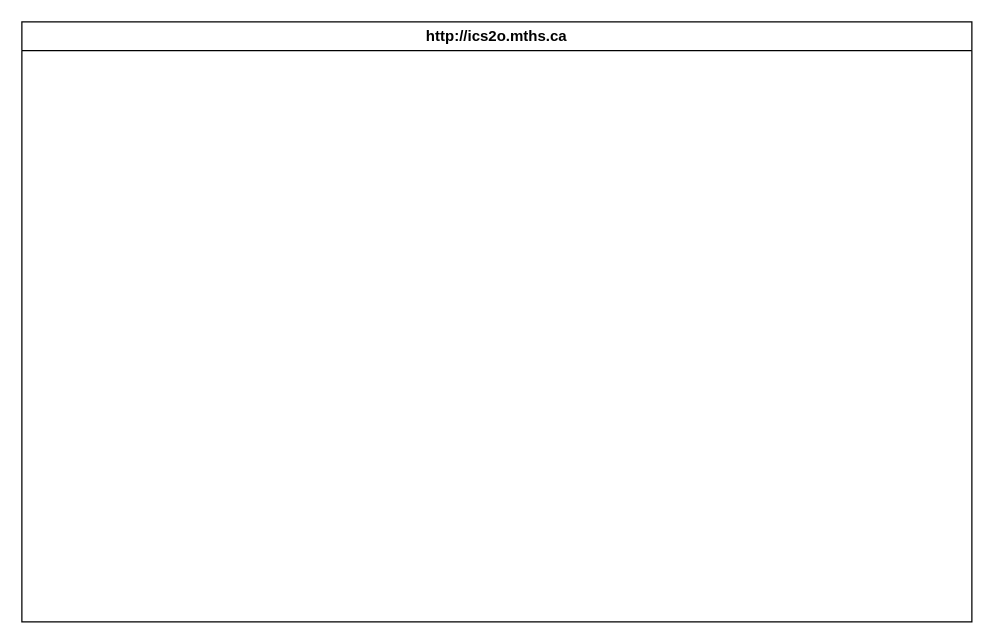
The draw.io diagram design/storyboard.drawio in MTHS-ICD2O-1-2023/ICD2O-Unit-3-04-Adam-Batiuk, before the edit. Source tidied: cells renumbered, new cells numbered last; positions are measured from the earlier drawing's top-left corner, leaving out a move shared by most shapes. Both pictures are drawn from the tidied source at 125%, with x=0, y=0 at pixel (21, 21).
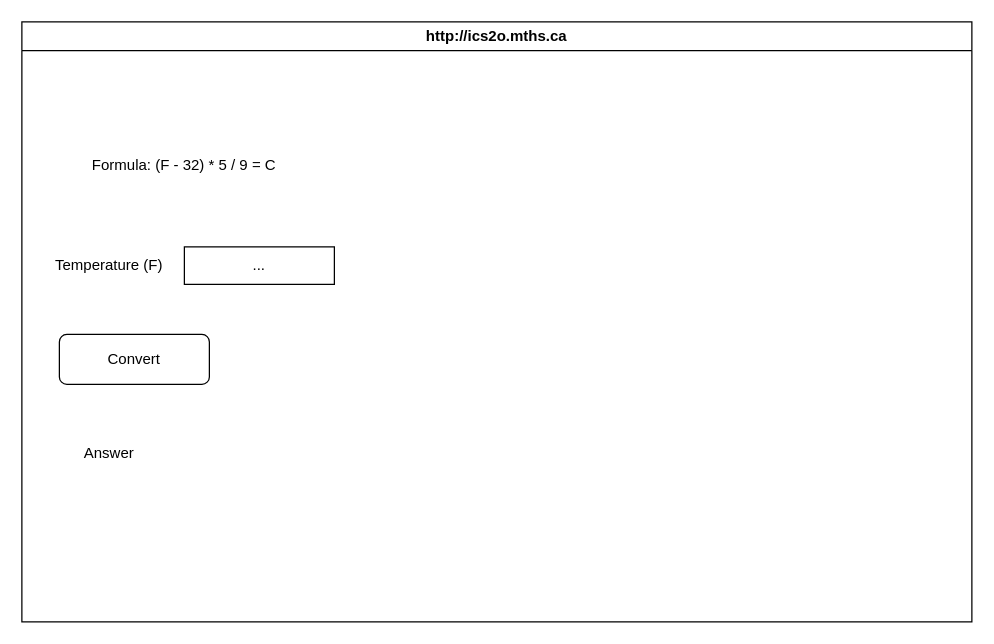
The same page after the edit.

Change to the diagram source:
```diff
@@
 <mxGraphModel>
   <root>
     <mxCell id="0" />
     <mxCell id="1" parent="0" />
     <mxCell id="2" value="http://ics2o.mths.ca" style="swimlane;whiteSpace=wrap;html=1;" parent="1" vertex="1">
       <mxGeometry width="760" height="480" as="geometry" />
     </mxCell>
+    <mxCell id="3" value="Formula: (F - 32) * 5 / 9 = C" style="text;html=1;strokeColor=none;fillColor=none;align=center;verticalAlign=middle;whiteSpace=wrap;rounded=0;" parent="2" vertex="1">
+      <mxGeometry x="40" y="100" width="180" height="30" as="geometry" />
+    </mxCell>
+    <mxCell id="4" value="Temperature (F)" style="text;html=1;strokeColor=none;fillColor=none;align=center;verticalAlign=middle;whiteSpace=wrap;rounded=0;" parent="2" vertex="1">
+      <mxGeometry x="10" y="180" width="120" height="30" as="geometry" />
+    </mxCell>
+    <mxCell id="5" value="..." style="rounded=0;whiteSpace=wrap;html=1;" parent="2" vertex="1">
+      <mxGeometry x="130" y="180" width="120" height="30" as="geometry" />
+    </mxCell>
+    <mxCell id="6" value="Convert" style="rounded=1;whiteSpace=wrap;html=1;" parent="2" vertex="1">
+      <mxGeometry x="30" y="250" width="120" height="40" as="geometry" />
+    </mxCell>
+    <mxCell id="7" value="Answer" style="text;html=1;strokeColor=none;fillColor=none;align=center;verticalAlign=middle;whiteSpace=wrap;rounded=0;" parent="2" vertex="1">
+      <mxGeometry x="40" y="330" width="60" height="30" as="geometry" />
+    </mxCell>
   </root>
 </mxGraphModel>
```
